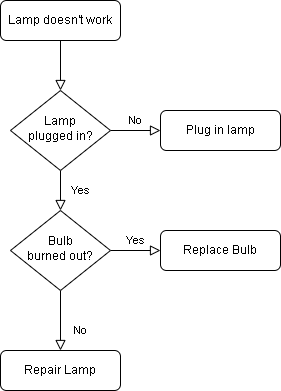
The draw.io diagram Activity-diagrams/activity-diagram-student-grading.drawio.png in LeandroBakollari/learning-platform, before a commit. Source tidied: cells renumbered, new cells last; positions are measured from the earlier drawing's top-left corner, leaving out a move shared by most shapes.
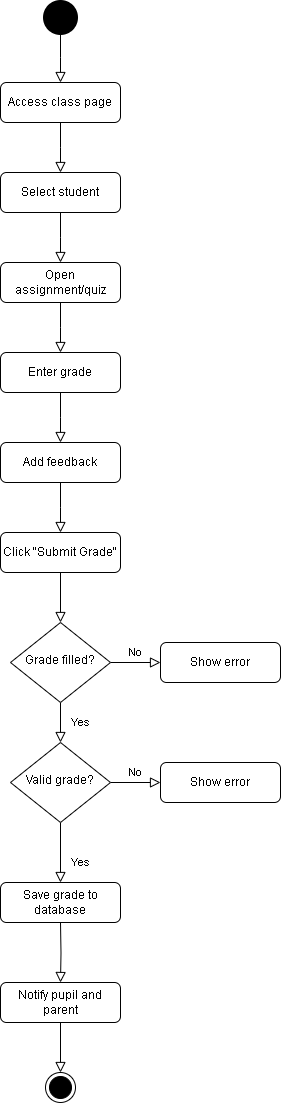
The same file after the commit.

Change to the diagram source:
```diff
@@ -5,7 +5,7 @@
     <mxCell id="2" style="rounded=0;html=1;jettySize=auto;fontSize=11;endArrow=block;endFill=0;endSize=8;strokeWidth=1;shadow=0;labelBackgroundColor=none;edgeStyle=orthogonalEdgeStyle;" parent="1" edge="1" source="3" target="6">
       <mxGeometry relative="1" as="geometry" />
     </mxCell>
-    <mxCell id="3" value="Lamp doesn't work" style="rounded=1;whiteSpace=wrap;html=1;fontSize=12;glass=0;strokeWidth=1;shadow=0;" parent="1" vertex="1">
+    <mxCell id="3" value="Click &quot;Submit Grade&quot;" style="rounded=1;whiteSpace=wrap;html=1;fontSize=12;glass=0;strokeWidth=1;shadow=0;" parent="1" vertex="1">
       <mxGeometry width="120" height="40" as="geometry" />
     </mxCell>
     <mxCell id="4" value="Yes" style="rounded=0;html=1;jettySize=auto;fontSize=11;endArrow=block;endFill=0;endSize=8;strokeWidth=1;shadow=0;labelBackgroundColor=none;edgeStyle=orthogonalEdgeStyle;" parent="1" edge="1" source="6" target="10">
@@ -14,26 +14,88 @@
     <mxCell id="5" value="No" style="edgeStyle=orthogonalEdgeStyle;rounded=0;html=1;jettySize=auto;fontSize=11;endArrow=block;endFill=0;endSize=8;strokeWidth=1;shadow=0;labelBackgroundColor=none;" parent="1" edge="1" source="6" target="7">
       <mxGeometry y="10" relative="1" as="geometry" />
     </mxCell>
-    <mxCell id="6" value="Lamp&lt;br&gt;plugged in?" style="rhombus;whiteSpace=wrap;html=1;shadow=0;fontFamily=Helvetica;fontSize=12;align=center;strokeWidth=1;spacing=6;spacingTop=-4;" parent="1" vertex="1">
+    <mxCell id="6" value="Grade filled?" style="rhombus;whiteSpace=wrap;html=1;shadow=0;fontFamily=Helvetica;fontSize=12;align=center;strokeWidth=1;spacing=6;spacingTop=-4;" parent="1" vertex="1">
       <mxGeometry x="10" y="90" width="100" height="80" as="geometry" />
     </mxCell>
-    <mxCell id="7" value="Plug in lamp" style="rounded=1;whiteSpace=wrap;html=1;fontSize=12;glass=0;strokeWidth=1;shadow=0;" parent="1" vertex="1">
+    <mxCell id="7" value="Show error" style="rounded=1;whiteSpace=wrap;html=1;fontSize=12;glass=0;strokeWidth=1;shadow=0;" parent="1" vertex="1">
       <mxGeometry x="160" y="110" width="120" height="40" as="geometry" />
     </mxCell>
-    <mxCell id="8" value="No" style="rounded=0;html=1;jettySize=auto;fontSize=11;endArrow=block;endFill=0;endSize=8;strokeWidth=1;shadow=0;labelBackgroundColor=none;edgeStyle=orthogonalEdgeStyle;" parent="1" edge="1" source="10" target="11">
+    <mxCell id="8" value="Yes" style="rounded=0;html=1;jettySize=auto;fontSize=11;endArrow=block;endFill=0;endSize=8;strokeWidth=1;shadow=0;labelBackgroundColor=none;edgeStyle=orthogonalEdgeStyle;" parent="1" edge="1" source="10" target="11">
       <mxGeometry x="0.33" y="20" relative="1" as="geometry" />
     </mxCell>
-    <mxCell id="9" value="Yes" style="edgeStyle=orthogonalEdgeStyle;rounded=0;html=1;jettySize=auto;fontSize=11;endArrow=block;endFill=0;endSize=8;strokeWidth=1;shadow=0;labelBackgroundColor=none;" parent="1" edge="1" source="10" target="12">
+    <mxCell id="9" value="No" style="edgeStyle=orthogonalEdgeStyle;rounded=0;html=1;jettySize=auto;fontSize=11;endArrow=block;endFill=0;endSize=8;strokeWidth=1;shadow=0;labelBackgroundColor=none;" parent="1" edge="1" source="10" target="12">
       <mxGeometry y="10" relative="1" as="geometry" />
     </mxCell>
-    <mxCell id="10" value="Bulb&lt;br&gt;burned out?" style="rhombus;whiteSpace=wrap;html=1;shadow=0;fontFamily=Helvetica;fontSize=12;align=center;strokeWidth=1;spacing=6;spacingTop=-4;" parent="1" vertex="1">
+    <mxCell id="10" value="Valid grade?" style="rhombus;whiteSpace=wrap;html=1;shadow=0;fontFamily=Helvetica;fontSize=12;align=center;strokeWidth=1;spacing=6;spacingTop=-4;" parent="1" vertex="1">
       <mxGeometry x="10" y="210" width="100" height="80" as="geometry" />
     </mxCell>
-    <mxCell id="11" value="Repair Lamp" style="rounded=1;whiteSpace=wrap;html=1;fontSize=12;glass=0;strokeWidth=1;shadow=0;" parent="1" vertex="1">
+    <mxCell id="11" value="Save grade to database" style="rounded=1;whiteSpace=wrap;html=1;fontSize=12;glass=0;strokeWidth=1;shadow=0;" parent="1" vertex="1">
       <mxGeometry y="350" width="120" height="40" as="geometry" />
     </mxCell>
-    <mxCell id="12" value="Replace Bulb" style="rounded=1;whiteSpace=wrap;html=1;fontSize=12;glass=0;strokeWidth=1;shadow=0;" parent="1" vertex="1">
+    <mxCell id="12" value="Show error" style="rounded=1;whiteSpace=wrap;html=1;fontSize=12;glass=0;strokeWidth=1;shadow=0;" parent="1" vertex="1">
       <mxGeometry x="160" y="230" width="120" height="40" as="geometry" />
     </mxCell>
+    <mxCell id="13" style="rounded=0;html=1;jettySize=auto;fontSize=11;endArrow=block;endFill=0;endSize=8;strokeWidth=1;shadow=0;labelBackgroundColor=none;edgeStyle=orthogonalEdgeStyle;" parent="1" edge="1" source="14">
+      <mxGeometry relative="1" as="geometry">
+        <mxPoint x="60" as="targetPoint" />
+      </mxGeometry>
+    </mxCell>
+    <mxCell id="14" value="Add feedback" style="rounded=1;whiteSpace=wrap;html=1;fontSize=12;glass=0;strokeWidth=1;shadow=0;" parent="1" vertex="1">
+      <mxGeometry y="-90" width="120" height="40" as="geometry" />
+    </mxCell>
+    <mxCell id="15" style="rounded=0;html=1;jettySize=auto;fontSize=11;endArrow=block;endFill=0;endSize=8;strokeWidth=1;shadow=0;labelBackgroundColor=none;edgeStyle=orthogonalEdgeStyle;" parent="1" edge="1" source="16">
+      <mxGeometry relative="1" as="geometry">
+        <mxPoint x="60" y="-90" as="targetPoint" />
+      </mxGeometry>
+    </mxCell>
+    <mxCell id="16" value="Enter grade" style="rounded=1;whiteSpace=wrap;html=1;fontSize=12;glass=0;strokeWidth=1;shadow=0;" parent="1" vertex="1">
+      <mxGeometry y="-180" width="120" height="40" as="geometry" />
+    </mxCell>
+    <mxCell id="17" style="rounded=0;html=1;jettySize=auto;fontSize=11;endArrow=block;endFill=0;endSize=8;strokeWidth=1;shadow=0;labelBackgroundColor=none;edgeStyle=orthogonalEdgeStyle;" parent="1" edge="1" source="18">
+      <mxGeometry relative="1" as="geometry">
+        <mxPoint x="60" y="-180" as="targetPoint" />
+      </mxGeometry>
+    </mxCell>
+    <mxCell id="18" value="Open assignment/quiz" style="rounded=1;whiteSpace=wrap;html=1;fontSize=12;glass=0;strokeWidth=1;shadow=0;" parent="1" vertex="1">
+      <mxGeometry y="-270" width="120" height="40" as="geometry" />
+    </mxCell>
+    <mxCell id="19" style="rounded=0;html=1;jettySize=auto;fontSize=11;endArrow=block;endFill=0;endSize=8;strokeWidth=1;shadow=0;labelBackgroundColor=none;edgeStyle=orthogonalEdgeStyle;" parent="1" edge="1" source="20">
+      <mxGeometry relative="1" as="geometry">
+        <mxPoint x="60" y="-270" as="targetPoint" />
+      </mxGeometry>
+    </mxCell>
+    <mxCell id="20" value="Select student" style="rounded=1;whiteSpace=wrap;html=1;fontSize=12;glass=0;strokeWidth=1;shadow=0;" parent="1" vertex="1">
+      <mxGeometry y="-360" width="120" height="40" as="geometry" />
+    </mxCell>
+    <mxCell id="21" style="rounded=0;html=1;jettySize=auto;fontSize=11;endArrow=block;endFill=0;endSize=8;strokeWidth=1;shadow=0;labelBackgroundColor=none;edgeStyle=orthogonalEdgeStyle;" parent="1" edge="1" source="22">
+      <mxGeometry relative="1" as="geometry">
+        <mxPoint x="60" y="-360" as="targetPoint" />
+      </mxGeometry>
+    </mxCell>
+    <mxCell id="22" value="Access class page" style="rounded=1;whiteSpace=wrap;html=1;fontSize=12;glass=0;strokeWidth=1;shadow=0;" parent="1" vertex="1">
+      <mxGeometry y="-450" width="120" height="40" as="geometry" />
+    </mxCell>
+    <mxCell id="23" style="rounded=0;html=1;jettySize=auto;fontSize=11;endArrow=block;endFill=0;endSize=8;strokeWidth=1;shadow=0;labelBackgroundColor=none;edgeStyle=orthogonalEdgeStyle;" parent="1" edge="1" target="24">
+      <mxGeometry x="0.33" y="20" relative="1" as="geometry">
+        <mxPoint x="60" y="390" as="sourcePoint" />
+      </mxGeometry>
+    </mxCell>
+    <mxCell id="24" value="Notify pupil and parent" style="rounded=1;whiteSpace=wrap;html=1;fontSize=12;glass=0;strokeWidth=1;shadow=0;" parent="1" vertex="1">
+      <mxGeometry y="450" width="120" height="40" as="geometry" />
+    </mxCell>
+    <mxCell id="25" style="rounded=0;html=1;jettySize=auto;fontSize=11;endArrow=block;endFill=0;endSize=8;strokeWidth=1;shadow=0;labelBackgroundColor=none;edgeStyle=orthogonalEdgeStyle;exitX=0.5;exitY=1;exitDx=0;exitDy=0;" parent="1" edge="1" source="24" target="26">
+      <mxGeometry x="0.33" y="20" relative="1" as="geometry" />
+    </mxCell>
+    <mxCell id="26" style="ellipse;html=1;shape=endState;fillColor=#000000;strokeColor=#000000;" parent="1" vertex="1">
+      <mxGeometry x="45" y="540" width="30" height="30" as="geometry" />
+    </mxCell>
+    <mxCell id="27" style="ellipse;html=1;shape=endState;fillColor=#000000;strokeColor=#000000;strokeWidth=5;" parent="1" vertex="1">
+      <mxGeometry x="45" y="-530" width="30" height="30" as="geometry" />
+    </mxCell>
+    <mxCell id="28" style="rounded=0;html=1;jettySize=auto;fontSize=11;endArrow=block;endFill=0;endSize=8;strokeWidth=1;shadow=0;labelBackgroundColor=none;edgeStyle=orthogonalEdgeStyle;exitX=0.5;exitY=1;exitDx=0;exitDy=0;" parent="1" edge="1" source="27">
+      <mxGeometry relative="1" as="geometry">
+        <mxPoint x="60" y="-450" as="targetPoint" />
+      </mxGeometry>
+    </mxCell>
   </root>
 </mxGraphModel>
```
